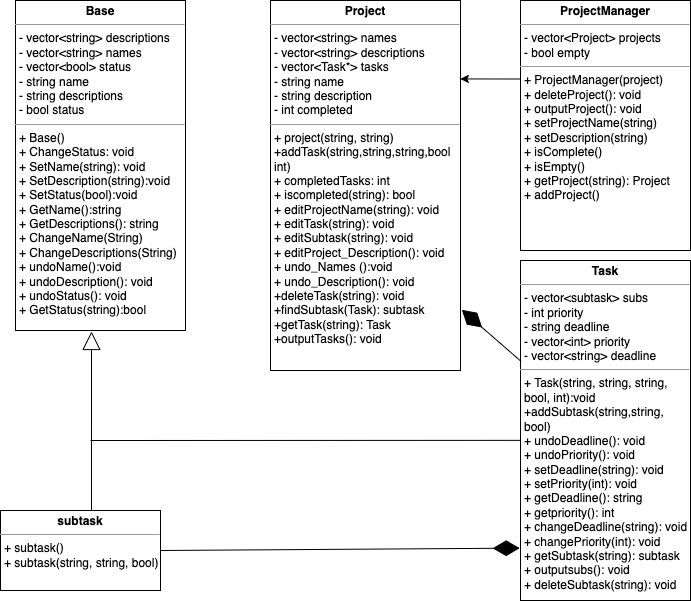
Above: images/UML_CS100P.png in ELing24/Task_Scheduler_CPP (draw.io), before the change. Source tidied: cells renumbered, new cells last; positions are measured from the earlier drawing's top-left corner, leaving out a move shared by most shapes.
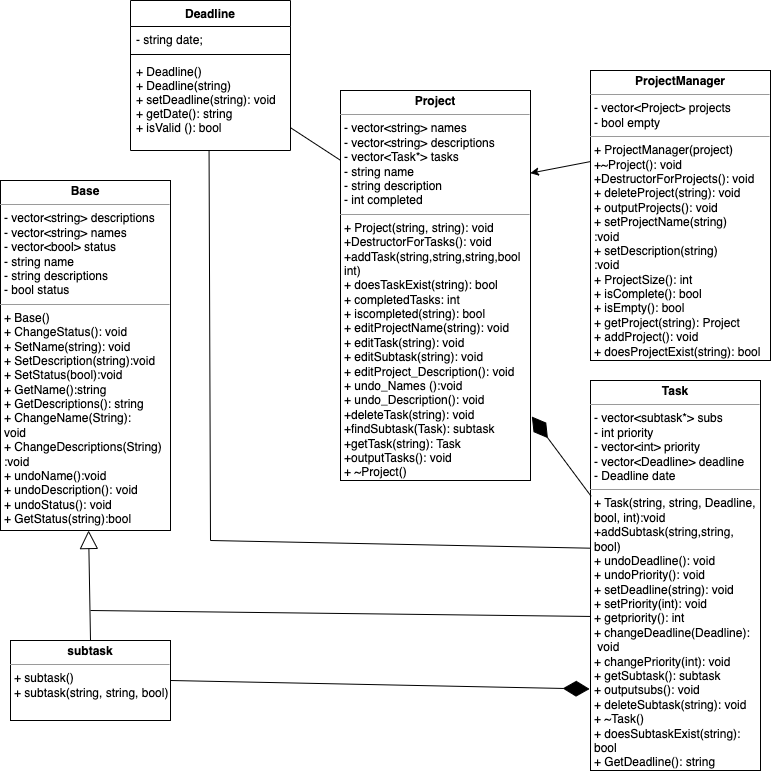
Later version of the same file.

Diff of the diagram source:
```diff
@@ -4,18 +4,18 @@
     <mxCell id="1" parent="0" />
-    <mxCell id="2" value="&lt;p style=&quot;margin:0px;margin-top:4px;text-align:center;&quot;&gt;&lt;b&gt;ProjectManager&lt;/b&gt;&lt;/p&gt;&lt;hr size=&quot;1&quot;&gt;&lt;p style=&quot;margin:0px;margin-left:4px;&quot;&gt;- vector&amp;lt;Project&amp;gt; projects&lt;/p&gt;&lt;p style=&quot;margin:0px;margin-left:4px;&quot;&gt;- bool empty&lt;/p&gt;&lt;hr size=&quot;1&quot;&gt;&lt;p style=&quot;margin:0px;margin-left:4px;&quot;&gt;+ ProjectManager(project)&lt;/p&gt;&lt;p style=&quot;margin:0px;margin-left:4px;&quot;&gt;+ deleteProject(): void&lt;br&gt;&lt;/p&gt;&lt;p style=&quot;margin:0px;margin-left:4px;&quot;&gt;+ outputProject(): void&lt;br&gt;&lt;/p&gt;&lt;p style=&quot;margin:0px;margin-left:4px;&quot;&gt;+ setProjectName(string)&lt;br&gt;&lt;/p&gt;&lt;p style=&quot;margin:0px;margin-left:4px;&quot;&gt;+ setDescription(string)&lt;br&gt;&lt;/p&gt;&lt;p style=&quot;margin:0px;margin-left:4px;&quot;&gt;+ isComplete()&lt;br&gt;&lt;/p&gt;&lt;p style=&quot;margin:0px;margin-left:4px;&quot;&gt;+ isEmpty()&lt;br&gt;&lt;/p&gt;&lt;p style=&quot;margin:0px;margin-left:4px;&quot;&gt;+ getProject(string): Project&lt;/p&gt;&lt;p style=&quot;margin:0px;margin-left:4px;&quot;&gt;+ addProject()&lt;/p&gt;" style="verticalAlign=top;align=left;overflow=fill;fontSize=12;fontFamily=Helvetica;html=1;" parent="1" vertex="1">
-      <mxGeometry x="520" width="170" height="250" as="geometry" />
+    <mxCell id="2" value="&lt;p style=&quot;margin:0px;margin-top:4px;text-align:center;&quot;&gt;&lt;b&gt;ProjectManager&lt;/b&gt;&lt;/p&gt;&lt;hr size=&quot;1&quot;&gt;&lt;p style=&quot;margin:0px;margin-left:4px;&quot;&gt;- vector&amp;lt;Project&amp;gt; projects&lt;/p&gt;&lt;p style=&quot;margin:0px;margin-left:4px;&quot;&gt;- bool empty&lt;/p&gt;&lt;hr size=&quot;1&quot;&gt;&lt;p style=&quot;margin:0px;margin-left:4px;&quot;&gt;+ ProjectManager(project)&lt;/p&gt;&lt;p style=&quot;margin:0px;margin-left:4px;&quot;&gt;+~Project(): void&lt;/p&gt;&lt;p style=&quot;margin:0px;margin-left:4px;&quot;&gt;+DestructorForProjects(): void&lt;/p&gt;&lt;p style=&quot;margin:0px;margin-left:4px;&quot;&gt;+ deleteProject(string): void&lt;br&gt;&lt;/p&gt;&lt;p style=&quot;margin:0px;margin-left:4px;&quot;&gt;+ outputProjects(): void&lt;br&gt;&lt;/p&gt;&lt;p style=&quot;margin:0px;margin-left:4px;&quot;&gt;+ setProjectName(string)&lt;br&gt;&lt;/p&gt;&lt;p style=&quot;margin:0px;margin-left:4px;&quot;&gt;:void&lt;/p&gt;&lt;p style=&quot;margin:0px;margin-left:4px;&quot;&gt;+ setDescription(string)&lt;br&gt;&lt;/p&gt;&lt;p style=&quot;margin:0px;margin-left:4px;&quot;&gt;:void&lt;/p&gt;&lt;p style=&quot;margin:0px;margin-left:4px;&quot;&gt;+ ProjectSize(): int&lt;/p&gt;&lt;p style=&quot;margin:0px;margin-left:4px;&quot;&gt;+ isComplete(): bool&lt;br&gt;&lt;/p&gt;&lt;p style=&quot;margin:0px;margin-left:4px;&quot;&gt;+ isEmpty(): bool&lt;br&gt;&lt;/p&gt;&lt;p style=&quot;margin:0px;margin-left:4px;&quot;&gt;+ getProject(string): Project&lt;/p&gt;&lt;p style=&quot;margin:0px;margin-left:4px;&quot;&gt;+ addProject(): void&lt;/p&gt;&lt;p style=&quot;margin:0px;margin-left:4px;&quot;&gt;+ doesProjectExist(string): bool&lt;/p&gt;" style="verticalAlign=top;align=left;overflow=fill;fontSize=12;fontFamily=Helvetica;html=1;" parent="1" vertex="1">
+      <mxGeometry x="590" y="-20" width="180" height="290" as="geometry" />
     </mxCell>
-    <mxCell id="3" value="&lt;p style=&quot;margin:0px;margin-top:4px;text-align:center;&quot;&gt;&lt;b&gt;Project&lt;/b&gt;&lt;/p&gt;&lt;hr size=&quot;1&quot;&gt;&lt;p style=&quot;margin:0px;margin-left:4px;&quot;&gt;- vector&amp;lt;string&amp;gt; names&lt;br&gt;&lt;/p&gt;&lt;p style=&quot;margin:0px;margin-left:4px;&quot;&gt;- vector&amp;lt;string&amp;gt; descriptions&lt;/p&gt;&lt;p style=&quot;margin:0px;margin-left:4px;&quot;&gt;- vector&amp;lt;Task*&amp;gt; tasks&lt;br&gt;&lt;/p&gt;&lt;p style=&quot;margin:0px;margin-left:4px;&quot;&gt;- string name&lt;/p&gt;&lt;p style=&quot;margin:0px;margin-left:4px;&quot;&gt;- string description&lt;br&gt;&lt;/p&gt;&lt;p style=&quot;margin:0px;margin-left:4px;&quot;&gt;- int completed&lt;br&gt;&lt;/p&gt;&lt;hr size=&quot;1&quot;&gt;&lt;p style=&quot;margin:0px;margin-left:4px;&quot;&gt;&lt;span style=&quot;background-color: initial;&quot;&gt;+ project(string, string)&lt;/span&gt;&lt;/p&gt;&lt;p style=&quot;margin:0px;margin-left:4px;&quot;&gt;&lt;span style=&quot;background-color: initial;&quot;&gt;+addTask(string,string,string,bool&lt;/span&gt;&lt;/p&gt;&lt;p style=&quot;margin:0px;margin-left:4px;&quot;&gt;&lt;span style=&quot;background-color: initial;&quot;&gt;int)&lt;/span&gt;&lt;/p&gt;&lt;p style=&quot;margin:0px;margin-left:4px;&quot;&gt;+ completedTasks: int&lt;br&gt;&lt;/p&gt;&lt;p style=&quot;margin:0px;margin-left:4px;&quot;&gt;+ iscompleted(string): bool&lt;/p&gt;&lt;p style=&quot;margin:0px;margin-left:4px;&quot;&gt;+ editProjectName(string): void&lt;br&gt;&lt;/p&gt;&lt;p style=&quot;margin:0px;margin-left:4px;&quot;&gt;+ editTask(string): void&lt;/p&gt;&lt;p style=&quot;margin:0px;margin-left:4px;&quot;&gt;+ editSubtask(string): void&amp;nbsp;&lt;/p&gt;&lt;p style=&quot;margin:0px;margin-left:4px;&quot;&gt;+ editProject_Description(): void&lt;br&gt;&lt;/p&gt;&lt;p style=&quot;margin:0px;margin-left:4px;&quot;&gt;+ undo_Names ():void&lt;br&gt;&lt;/p&gt;&lt;p style=&quot;margin:0px;margin-left:4px;&quot;&gt;+ undo_Description(): void&lt;br&gt;&lt;/p&gt;&lt;p style=&quot;margin:0px;margin-left:4px;&quot;&gt;+deleteTask(string): void&lt;/p&gt;&lt;p style=&quot;margin:0px;margin-left:4px;&quot;&gt;+findSubtask(Task): subtask&lt;/p&gt;&lt;p style=&quot;margin:0px;margin-left:4px;&quot;&gt;+getTask(string): Task&lt;/p&gt;&lt;p style=&quot;margin:0px;margin-left:4px;&quot;&gt;+outputTasks(): void&lt;/p&gt;&lt;p style=&quot;margin:0px;margin-left:4px;&quot;&gt;&lt;br&gt;&lt;/p&gt;&lt;p style=&quot;margin:0px;margin-left:4px;&quot;&gt;&lt;br&gt;&lt;/p&gt;" style="verticalAlign=top;align=left;overflow=fill;fontSize=12;fontFamily=Helvetica;html=1;" parent="1" vertex="1">
-      <mxGeometry x="270" width="190" height="370" as="geometry" />
+    <mxCell id="3" value="&lt;p style=&quot;margin:0px;margin-top:4px;text-align:center;&quot;&gt;&lt;b&gt;Project&lt;/b&gt;&lt;/p&gt;&lt;hr size=&quot;1&quot;&gt;&lt;p style=&quot;margin:0px;margin-left:4px;&quot;&gt;- vector&amp;lt;string&amp;gt; names&lt;br&gt;&lt;/p&gt;&lt;p style=&quot;margin:0px;margin-left:4px;&quot;&gt;- vector&amp;lt;string&amp;gt; descriptions&lt;/p&gt;&lt;p style=&quot;margin:0px;margin-left:4px;&quot;&gt;- vector&amp;lt;Task*&amp;gt; tasks&lt;br&gt;&lt;/p&gt;&lt;p style=&quot;margin:0px;margin-left:4px;&quot;&gt;- string name&lt;/p&gt;&lt;p style=&quot;margin:0px;margin-left:4px;&quot;&gt;- string description&lt;br&gt;&lt;/p&gt;&lt;p style=&quot;margin:0px;margin-left:4px;&quot;&gt;- int completed&lt;br&gt;&lt;/p&gt;&lt;hr size=&quot;1&quot;&gt;&lt;p style=&quot;margin:0px;margin-left:4px;&quot;&gt;&lt;span style=&quot;background-color: initial;&quot;&gt;+ Project(string, string): void&lt;/span&gt;&lt;/p&gt;&lt;p style=&quot;margin:0px;margin-left:4px;&quot;&gt;&lt;span style=&quot;background-color: initial;&quot;&gt;+DestructorForTasks(): void&lt;/span&gt;&lt;/p&gt;&lt;p style=&quot;margin:0px;margin-left:4px;&quot;&gt;&lt;span style=&quot;background-color: initial;&quot;&gt;+addTask(string,string,string,bool&lt;/span&gt;&lt;/p&gt;&lt;p style=&quot;margin:0px;margin-left:4px;&quot;&gt;&lt;span style=&quot;background-color: initial;&quot;&gt;int)&lt;/span&gt;&lt;/p&gt;&lt;p style=&quot;margin:0px;margin-left:4px;&quot;&gt;&lt;span style=&quot;background-color: initial;&quot;&gt;+ doesTaskExist(string): bool&lt;/span&gt;&lt;/p&gt;&lt;p style=&quot;margin:0px;margin-left:4px;&quot;&gt;+ completedTasks: int&lt;br&gt;&lt;/p&gt;&lt;p style=&quot;margin:0px;margin-left:4px;&quot;&gt;+ iscompleted(string): bool&lt;/p&gt;&lt;p style=&quot;margin:0px;margin-left:4px;&quot;&gt;+ editProjectName(string): void&lt;br&gt;&lt;/p&gt;&lt;p style=&quot;margin:0px;margin-left:4px;&quot;&gt;+ editTask(string): void&lt;/p&gt;&lt;p style=&quot;margin:0px;margin-left:4px;&quot;&gt;+ editSubtask(string): void&amp;nbsp;&lt;/p&gt;&lt;p style=&quot;margin:0px;margin-left:4px;&quot;&gt;+ editProject_Description(): void&lt;br&gt;&lt;/p&gt;&lt;p style=&quot;margin:0px;margin-left:4px;&quot;&gt;+ undo_Names ():void&lt;br&gt;&lt;/p&gt;&lt;p style=&quot;margin:0px;margin-left:4px;&quot;&gt;+ undo_Description(): void&lt;br&gt;&lt;/p&gt;&lt;p style=&quot;margin:0px;margin-left:4px;&quot;&gt;+deleteTask(string): void&lt;/p&gt;&lt;p style=&quot;margin:0px;margin-left:4px;&quot;&gt;+findSubtask(Task): subtask&lt;/p&gt;&lt;p style=&quot;margin:0px;margin-left:4px;&quot;&gt;+getTask(string): Task&lt;/p&gt;&lt;p style=&quot;margin:0px;margin-left:4px;&quot;&gt;+outputTasks(): void&lt;/p&gt;&lt;p style=&quot;margin:0px;margin-left:4px;&quot;&gt;+ ~Project()&lt;/p&gt;&lt;p style=&quot;margin:0px;margin-left:4px;&quot;&gt;&lt;br&gt;&lt;/p&gt;&lt;p style=&quot;margin:0px;margin-left:4px;&quot;&gt;&lt;br&gt;&lt;/p&gt;" style="verticalAlign=top;align=left;overflow=fill;fontSize=12;fontFamily=Helvetica;html=1;" parent="1" vertex="1">
+      <mxGeometry x="340" width="190" height="390" as="geometry" />
     </mxCell>
-    <mxCell id="4" value="&lt;p style=&quot;margin:0px;margin-top:4px;text-align:center;&quot;&gt;&lt;b&gt;Task&lt;/b&gt;&lt;/p&gt;&lt;hr size=&quot;1&quot;&gt;&lt;p style=&quot;margin:0px;margin-left:4px;&quot;&gt;- vector&amp;lt;subtask&amp;gt; subs&lt;br&gt;&lt;/p&gt;&lt;p style=&quot;margin:0px;margin-left:4px;&quot;&gt;- int priority&lt;/p&gt;&lt;p style=&quot;margin:0px;margin-left:4px;&quot;&gt;- string deadline&lt;/p&gt;&lt;p style=&quot;margin:0px;margin-left:4px;&quot;&gt;- vector&amp;lt;int&amp;gt; priority&lt;/p&gt;&lt;p style=&quot;margin:0px;margin-left:4px;&quot;&gt;- vector&amp;lt;string&amp;gt; deadline&lt;/p&gt;&lt;hr size=&quot;1&quot;&gt;&lt;p style=&quot;margin:0px;margin-left:4px;&quot;&gt;&lt;span style=&quot;background-color: initial;&quot;&gt;+ Task(string, string, string,&amp;nbsp;&lt;/span&gt;&lt;/p&gt;&lt;p style=&quot;margin:0px;margin-left:4px;&quot;&gt;&lt;span style=&quot;background-color: initial;&quot;&gt;bool, int):void&lt;/span&gt;&lt;/p&gt;&lt;p style=&quot;margin:0px;margin-left:4px;&quot;&gt;+addSubtask(string,string,&lt;/p&gt;&lt;p style=&quot;margin:0px;margin-left:4px;&quot;&gt;bool)&lt;/p&gt;&lt;p style=&quot;margin:0px;margin-left:4px;&quot;&gt;+ undoDeadline(): void&lt;/p&gt;&lt;p style=&quot;margin:0px;margin-left:4px;&quot;&gt;+ undoPriority(): void&lt;/p&gt;&lt;p style=&quot;margin:0px;margin-left:4px;&quot;&gt;+ setDeadline(string): void&lt;br&gt;&lt;/p&gt;&lt;p style=&quot;margin:0px;margin-left:4px;&quot;&gt;+ setPriority(int): void&lt;br&gt;&lt;/p&gt;&lt;p style=&quot;margin:0px;margin-left:4px;&quot;&gt;+ getDeadline(): string&lt;/p&gt;&lt;p style=&quot;margin:0px;margin-left:4px;&quot;&gt;+ getpriority(): int&lt;/p&gt;&lt;p style=&quot;margin:0px;margin-left:4px;&quot;&gt;+ changeDeadline(string): void&lt;/p&gt;&lt;p style=&quot;margin:0px;margin-left:4px;&quot;&gt;+ changePriority(int): void&lt;/p&gt;&lt;p style=&quot;margin:0px;margin-left:4px;&quot;&gt;+ getSubtask(string): subtask&lt;/p&gt;&lt;p style=&quot;margin:0px;margin-left:4px;&quot;&gt;+ outputsubs(): void&lt;/p&gt;&lt;p style=&quot;margin:0px;margin-left:4px;&quot;&gt;+ deleteSubtask(string): void&lt;/p&gt;" style="verticalAlign=top;align=left;overflow=fill;fontSize=12;fontFamily=Helvetica;html=1;" parent="1" vertex="1">
-      <mxGeometry x="520" y="260" width="170" height="340" as="geometry" />
+    <mxCell id="4" value="&lt;p style=&quot;margin:0px;margin-top:4px;text-align:center;&quot;&gt;&lt;b&gt;Task&lt;/b&gt;&lt;/p&gt;&lt;hr size=&quot;1&quot;&gt;&lt;p style=&quot;margin:0px;margin-left:4px;&quot;&gt;- vector&amp;lt;subtask*&amp;gt; subs&lt;br&gt;&lt;/p&gt;&lt;p style=&quot;margin:0px;margin-left:4px;&quot;&gt;- int priority&lt;/p&gt;&lt;p style=&quot;margin:0px;margin-left:4px;&quot;&gt;- vector&amp;lt;int&amp;gt; priority&lt;/p&gt;&lt;p style=&quot;margin:0px;margin-left:4px;&quot;&gt;- vector&amp;lt;Deadline&amp;gt; deadline&lt;/p&gt;&lt;p style=&quot;margin:0px;margin-left:4px;&quot;&gt;- Deadline date&lt;/p&gt;&lt;hr size=&quot;1&quot;&gt;&lt;p style=&quot;margin:0px;margin-left:4px;&quot;&gt;&lt;span style=&quot;background-color: initial;&quot;&gt;+ Task(string, string, Deadline,&amp;nbsp;&lt;/span&gt;&lt;/p&gt;&lt;p style=&quot;margin:0px;margin-left:4px;&quot;&gt;&lt;span style=&quot;background-color: initial;&quot;&gt;bool, int):void&lt;/span&gt;&lt;/p&gt;&lt;p style=&quot;margin:0px;margin-left:4px;&quot;&gt;+addSubtask(string,string,&lt;/p&gt;&lt;p style=&quot;margin:0px;margin-left:4px;&quot;&gt;bool)&lt;/p&gt;&lt;p style=&quot;margin:0px;margin-left:4px;&quot;&gt;+ undoDeadline(): void&lt;/p&gt;&lt;p style=&quot;margin:0px;margin-left:4px;&quot;&gt;+ undoPriority(): void&lt;/p&gt;&lt;p style=&quot;margin:0px;margin-left:4px;&quot;&gt;+ setDeadline(string): void&lt;br&gt;&lt;/p&gt;&lt;p style=&quot;margin:0px;margin-left:4px;&quot;&gt;+ setPriority(int): void&lt;/p&gt;&lt;p style=&quot;margin:0px;margin-left:4px;&quot;&gt;+ getpriority(): int&lt;/p&gt;&lt;p style=&quot;margin:0px;margin-left:4px;&quot;&gt;+ changeDeadline(Deadline):&lt;/p&gt;&lt;p style=&quot;margin:0px;margin-left:4px;&quot;&gt;&amp;nbsp;void&lt;/p&gt;&lt;p style=&quot;margin:0px;margin-left:4px;&quot;&gt;+ changePriority(int): void&lt;/p&gt;&lt;p style=&quot;margin:0px;margin-left:4px;&quot;&gt;+ getSubtask(): subtask&lt;/p&gt;&lt;p style=&quot;margin:0px;margin-left:4px;&quot;&gt;+ outputsubs(): void&lt;/p&gt;&lt;p style=&quot;margin:0px;margin-left:4px;&quot;&gt;+ deleteSubtask(string): void&lt;/p&gt;&lt;p style=&quot;margin:0px;margin-left:4px;&quot;&gt;+ ~Task()&lt;/p&gt;&lt;p style=&quot;margin:0px;margin-left:4px;&quot;&gt;+ doesSubtaskExist(string):&lt;/p&gt;&lt;p style=&quot;margin:0px;margin-left:4px;&quot;&gt;bool&amp;nbsp;&lt;/p&gt;&lt;p style=&quot;margin:0px;margin-left:4px;&quot;&gt;+ GetDeadline(): string&lt;/p&gt;" style="verticalAlign=top;align=left;overflow=fill;fontSize=12;fontFamily=Helvetica;html=1;" parent="1" vertex="1">
+      <mxGeometry x="590" y="290" width="170" height="390" as="geometry" />
     </mxCell>
     <mxCell id="5" value="&lt;p style=&quot;margin:0px;margin-top:4px;text-align:center;&quot;&gt;&lt;b&gt;subtask&lt;/b&gt;&lt;/p&gt;&lt;hr size=&quot;1&quot;&gt;&lt;p style=&quot;margin:0px;margin-left:4px;&quot;&gt;&lt;span style=&quot;background-color: initial;&quot;&gt;+ subtask()&lt;/span&gt;&lt;br&gt;&lt;/p&gt;&lt;p style=&quot;margin:0px;margin-left:4px;&quot;&gt;&lt;span style=&quot;background-color: initial;&quot;&gt;+ subtask(string, string, bool)&lt;/span&gt;&lt;/p&gt;" style="verticalAlign=top;align=left;overflow=fill;fontSize=12;fontFamily=Helvetica;html=1;" parent="1" vertex="1">
-      <mxGeometry y="510" width="160" height="80" as="geometry" />
+      <mxGeometry x="10" y="550" width="160" height="80" as="geometry" />
     </mxCell>
-    <mxCell id="6" value="&lt;p style=&quot;margin:0px;margin-top:4px;text-align:center;&quot;&gt;&lt;b&gt;Base&lt;/b&gt;&lt;/p&gt;&lt;hr size=&quot;1&quot;&gt;&lt;p style=&quot;margin:0px;margin-left:4px;&quot;&gt;- vector&amp;lt;string&amp;gt; descriptions&lt;/p&gt;&lt;p style=&quot;margin:0px;margin-left:4px;&quot;&gt;- vector&amp;lt;string&amp;gt; names&lt;/p&gt;&lt;p style=&quot;margin:0px;margin-left:4px;&quot;&gt;- vector&amp;lt;bool&amp;gt; status&lt;/p&gt;&lt;p style=&quot;margin:0px;margin-left:4px;&quot;&gt;- string name&lt;/p&gt;&lt;p style=&quot;margin:0px;margin-left:4px;&quot;&gt;- string descriptions&lt;/p&gt;&lt;p style=&quot;margin:0px;margin-left:4px;&quot;&gt;- bool status&lt;/p&gt;&lt;hr size=&quot;1&quot;&gt;&lt;p style=&quot;margin:0px;margin-left:4px;&quot;&gt;+ Base()&lt;/p&gt;&lt;p style=&quot;margin:0px;margin-left:4px;&quot;&gt;+ ChangeStatus: void&lt;br&gt;&lt;/p&gt;&lt;p style=&quot;margin:0px;margin-left:4px;&quot;&gt;+ SetName(string): void&lt;/p&gt;&lt;p style=&quot;margin:0px;margin-left:4px;&quot;&gt;+ SetDescription(string):void&lt;br&gt;&lt;/p&gt;&lt;p style=&quot;margin:0px;margin-left:4px;&quot;&gt;+ SetStatus(bool):void&lt;br&gt;&lt;/p&gt;&lt;p style=&quot;margin:0px;margin-left:4px;&quot;&gt;+ GetName():string&lt;br&gt;&lt;/p&gt;&lt;p style=&quot;margin:0px;margin-left:4px;&quot;&gt;+ GetDescriptions(): string&lt;br&gt;&lt;/p&gt;&lt;p style=&quot;margin:0px;margin-left:4px;&quot;&gt;+ ChangeName(String)&lt;br&gt;&lt;/p&gt;&lt;p style=&quot;margin:0px;margin-left:4px;&quot;&gt;+ ChangeDescriptions(String)&lt;br&gt;&lt;/p&gt;&lt;p style=&quot;margin:0px;margin-left:4px;&quot;&gt;+ undoName():void&lt;br&gt;&lt;/p&gt;&lt;p style=&quot;margin:0px;margin-left:4px;&quot;&gt;+ undoDescription(): void&lt;br&gt;&lt;/p&gt;&lt;p style=&quot;margin:0px;margin-left:4px;&quot;&gt;+ undoStatus(): void&lt;/p&gt;&lt;p style=&quot;margin:0px;margin-left:4px;&quot;&gt;+ GetStatus(string):bool&lt;br&gt;&lt;/p&gt;&lt;p style=&quot;margin:0px;margin-left:4px;&quot;&gt;&lt;br&gt;&lt;/p&gt;&lt;p style=&quot;margin:0px;margin-left:4px;&quot;&gt;&lt;br&gt;&lt;/p&gt;" style="verticalAlign=top;align=left;overflow=fill;fontSize=12;fontFamily=Helvetica;html=1;" parent="1" vertex="1">
-      <mxGeometry x="15" width="170" height="330" as="geometry" />
+    <mxCell id="6" value="&lt;p style=&quot;margin:0px;margin-top:4px;text-align:center;&quot;&gt;&lt;b&gt;Base&lt;/b&gt;&lt;/p&gt;&lt;hr size=&quot;1&quot;&gt;&lt;p style=&quot;margin:0px;margin-left:4px;&quot;&gt;- vector&amp;lt;string&amp;gt; descriptions&lt;/p&gt;&lt;p style=&quot;margin:0px;margin-left:4px;&quot;&gt;- vector&amp;lt;string&amp;gt; names&lt;/p&gt;&lt;p style=&quot;margin:0px;margin-left:4px;&quot;&gt;- vector&amp;lt;bool&amp;gt; status&lt;/p&gt;&lt;p style=&quot;margin:0px;margin-left:4px;&quot;&gt;- string name&lt;/p&gt;&lt;p style=&quot;margin:0px;margin-left:4px;&quot;&gt;- string descriptions&lt;/p&gt;&lt;p style=&quot;margin:0px;margin-left:4px;&quot;&gt;- bool status&lt;/p&gt;&lt;hr size=&quot;1&quot;&gt;&lt;p style=&quot;margin:0px;margin-left:4px;&quot;&gt;+ Base()&lt;/p&gt;&lt;p style=&quot;margin:0px;margin-left:4px;&quot;&gt;+ ChangeStatus(): void&lt;br&gt;&lt;/p&gt;&lt;p style=&quot;margin:0px;margin-left:4px;&quot;&gt;+ SetName(string): void&lt;/p&gt;&lt;p style=&quot;margin:0px;margin-left:4px;&quot;&gt;+ SetDescription(string):void&lt;br&gt;&lt;/p&gt;&lt;p style=&quot;margin:0px;margin-left:4px;&quot;&gt;+ SetStatus(bool):void&lt;br&gt;&lt;/p&gt;&lt;p style=&quot;margin:0px;margin-left:4px;&quot;&gt;+ GetName():string&lt;br&gt;&lt;/p&gt;&lt;p style=&quot;margin:0px;margin-left:4px;&quot;&gt;+ GetDescriptions(): string&lt;br&gt;&lt;/p&gt;&lt;p style=&quot;margin:0px;margin-left:4px;&quot;&gt;+ ChangeName(String):&lt;br&gt;&lt;/p&gt;&lt;p style=&quot;margin:0px;margin-left:4px;&quot;&gt;void&lt;/p&gt;&lt;p style=&quot;margin:0px;margin-left:4px;&quot;&gt;+ ChangeDescriptions(String)&lt;br&gt;&lt;/p&gt;&lt;p style=&quot;margin:0px;margin-left:4px;&quot;&gt;:void&lt;/p&gt;&lt;p style=&quot;margin:0px;margin-left:4px;&quot;&gt;+ undoName():void&lt;br&gt;&lt;/p&gt;&lt;p style=&quot;margin:0px;margin-left:4px;&quot;&gt;+ undoDescription(): void&lt;br&gt;&lt;/p&gt;&lt;p style=&quot;margin:0px;margin-left:4px;&quot;&gt;+ undoStatus(): void&lt;/p&gt;&lt;p style=&quot;margin:0px;margin-left:4px;&quot;&gt;+ GetStatus(string):bool&lt;br&gt;&lt;/p&gt;&lt;p style=&quot;margin:0px;margin-left:4px;&quot;&gt;&lt;br&gt;&lt;/p&gt;&lt;p style=&quot;margin:0px;margin-left:4px;&quot;&gt;&lt;br&gt;&lt;/p&gt;" style="verticalAlign=top;align=left;overflow=fill;fontSize=12;fontFamily=Helvetica;html=1;" parent="1" vertex="1">
+      <mxGeometry y="90" width="170" height="350" as="geometry" />
     </mxCell>
-    <mxCell id="7" style="endArrow=diamondThin;endFill=1;endSize=24;html=1;rounded=0;exitX=1;exitY=0.5;exitDx=0;exitDy=0;entryX=-0.005;entryY=0.846;entryDx=0;entryDy=0;entryPerimeter=0;" parent="1" edge="1" source="5" target="4">
+    <mxCell id="7" style="endArrow=diamondThin;endFill=1;endSize=24;html=1;rounded=0;exitX=1;exitY=0.5;exitDx=0;exitDy=0;entryX=-0.005;entryY=0.791;entryDx=0;entryDy=0;entryPerimeter=0;" parent="1" edge="1" source="5" target="4">
       <mxGeometry relative="1" as="geometry" />
@@ -28,12 +28,35 @@
     </mxCell>
-    <mxCell id="10" style="endArrow=block;endSize=16;endFill=0;html=1;rounded=0;entryX=0.447;entryY=1.003;entryDx=0;entryDy=0;entryPerimeter=0;" parent="1" edge="1" target="6">
-      <mxGeometry relative="1" as="geometry">
-        <mxPoint x="91" y="510" as="sourcePoint" />
-      </mxGeometry>
+    <mxCell id="10" style="endArrow=block;endSize=16;endFill=0;html=1;rounded=0;exitX=0.5;exitY=0;exitDx=0;exitDy=0;" parent="1" edge="1" source="5" target="6">
+      <mxGeometry relative="1" as="geometry" />
     </mxCell>
-    <mxCell id="11" style="endArrow=none;html=1;rounded=0;entryX=0;entryY=0.529;entryDx=0;entryDy=0;entryPerimeter=0;" parent="1" edge="1" target="4">
+    <mxCell id="11" style="endArrow=none;html=1;rounded=0;entryX=0;entryY=0.605;entryDx=0;entryDy=0;entryPerimeter=0;" parent="1" edge="1" target="4">
       <mxGeometry relative="1" as="geometry">
-        <mxPoint x="90" y="440" as="sourcePoint" />
+        <mxPoint x="90" y="520" as="sourcePoint" />
       </mxGeometry>
     </mxCell>
+    <mxCell id="12" style="endArrow=none;html=1;rounded=0;entryX=0;entryY=0.179;entryDx=0;entryDy=0;entryPerimeter=0;" parent="1" edge="1" source="15" target="3">
+      <mxGeometry relative="1" as="geometry" />
+    </mxCell>
+    <mxCell id="13" style="endArrow=none;html=1;rounded=0;entryX=0.491;entryY=1.005;entryDx=0;entryDy=0;entryPerimeter=0;" parent="1" edge="1" target="18">
+      <mxGeometry relative="1" as="geometry">
+        <mxPoint x="210" y="450" as="sourcePoint" />
+      </mxGeometry>
+    </mxCell>
+    <mxCell id="14" style="endArrow=none;html=1;rounded=0;entryX=0.002;entryY=0.43;entryDx=0;entryDy=0;entryPerimeter=0;" parent="1" edge="1" target="4">
+      <mxGeometry relative="1" as="geometry">
+        <mxPoint x="210" y="450" as="sourcePoint" />
+      </mxGeometry>
+    </mxCell>
+    <mxCell id="15" value="Deadline&#10;" style="swimlane;fontStyle=1;align=center;verticalAlign=top;horizontal=1;startSize=26;" parent="1" vertex="1">
+      <mxGeometry x="130" y="-90" width="160" height="150" as="geometry" />
+    </mxCell>
+    <mxCell id="16" value="- string date;" style="text;strokeColor=none;fillColor=none;align=left;verticalAlign=top;spacingLeft=4;spacingRight=4;overflow=hidden;" parent="15" vertex="1">
+      <mxGeometry y="26" width="160" height="24" as="geometry" />
+    </mxCell>
+    <mxCell id="17" style="line;strokeWidth=1;fillColor=none;align=left;verticalAlign=middle;spacingTop=-1;spacingLeft=3;spacingRight=3;labelPosition=right;strokeColor=inherit;" parent="15" vertex="1">
+      <mxGeometry y="50" width="160" height="8" as="geometry" />
+    </mxCell>
+    <mxCell id="18" value="+ Deadline()&#10;+ Deadline(string)&#10;+ setDeadline(string): void&#10;+ getDate(): string&#10;+ isValid (): bool&#10;&#10;" style="text;strokeColor=none;fillColor=none;align=left;verticalAlign=top;spacingLeft=4;spacingRight=4;overflow=hidden;points=[[0,0.5],[1,0.5]];portConstraint=eastwest;" parent="15" vertex="1">
+      <mxGeometry y="58" width="160" height="92" as="geometry" />
+    </mxCell>
   </root>
```
